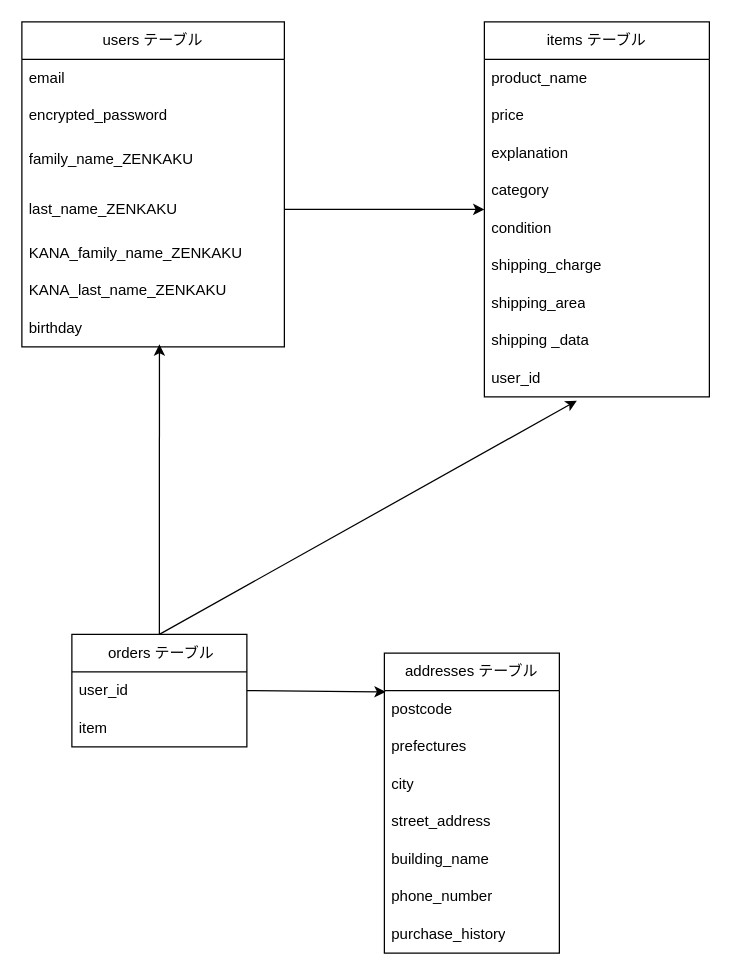
Before: ER.dio in kikuchimami/furima-39130, a draw.io diagram. Source tidied: cells renumbered, new cells numbered last; positions are measured from the earlier drawing's top-left corner, leaving out a move shared by most shapes. Both pictures are drawn from the tidied source at 125%, with x=0, y=0 at pixel (21, 21).
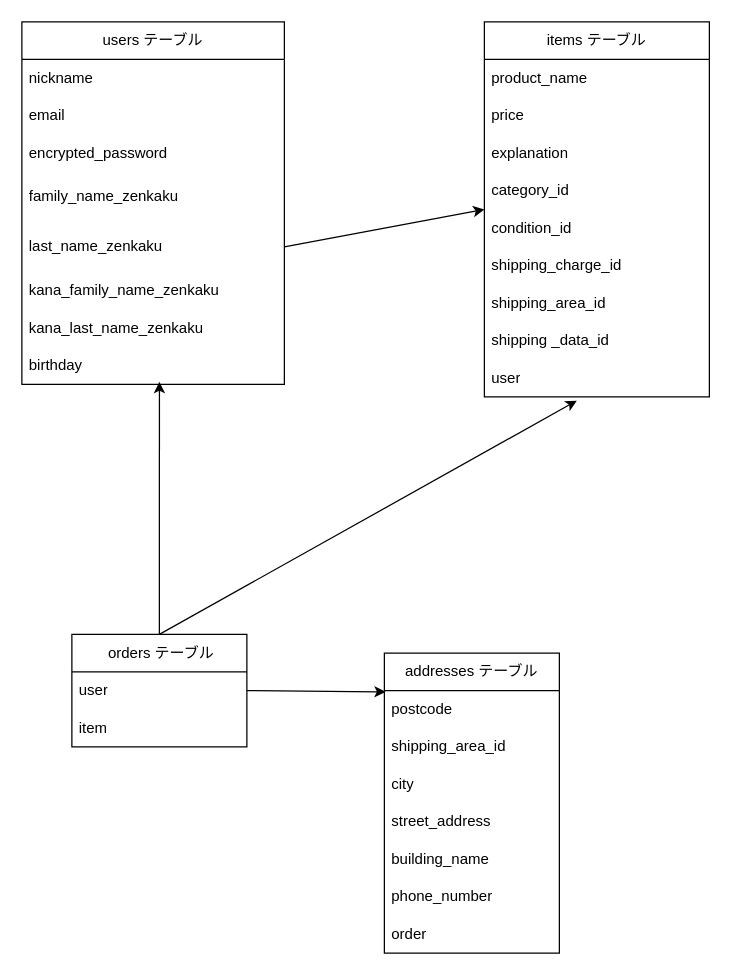
After the change.

Unchanged cells that the change refers to:
```xml
<mxCell id="10" value="items テーブル" style="swimlane;fontStyle=0;horizontal=1;startSize=30;whiteSpace=wrap;html=1;" parent="1" vertex="1">
  <mxGeometry x="370" width="180" height="300" as="geometry" />
</mxCell>
<mxCell id="20" value="addresses テーブル" style="swimlane;fontStyle=0;horizontal=1;startSize=30;whiteSpace=wrap;html=1;" parent="1" vertex="1">
  <mxGeometry x="290" y="505" width="140" height="240" as="geometry" />
</mxCell>
<mxCell id="30" value="&amp;nbsp;orders テーブル" style="swimlane;fontStyle=0;horizontal=1;startSize=30;whiteSpace=wrap;html=1;" parent="1" vertex="1">
  <mxGeometry x="40" y="490" width="140" height="90" as="geometry" />
</mxCell>
```

Diff of the diagram source:
```diff
@@
     <mxCell id="2" value="users テーブル" style="swimlane;fontStyle=0;horizontal=1;startSize=30;whiteSpace=wrap;html=1;" parent="1" vertex="1">
-      <mxGeometry width="210" height="260" as="geometry" />
+      <mxGeometry width="210" height="290" as="geometry" />
     </mxCell>
-    <mxCell id="3" value="email" style="text;strokeColor=none;fillColor=none;align=left;verticalAlign=middle;spacingLeft=4;spacingRight=4;overflow=hidden;whiteSpace=wrap;html=1;" parent="2" vertex="1">
+    <mxCell id="3" value="nickname" style="text;strokeColor=none;fillColor=none;align=left;verticalAlign=middle;spacingLeft=4;spacingRight=4;overflow=hidden;whiteSpace=wrap;html=1;" parent="2" vertex="1">
       <mxGeometry y="30" width="210" height="30" as="geometry" />
     </mxCell>
+    <mxCell id="35" value="email" style="text;strokeColor=none;fillColor=none;align=left;verticalAlign=middle;spacingLeft=4;spacingRight=4;overflow=hidden;whiteSpace=wrap;html=1;" parent="2" vertex="1">
+      <mxGeometry y="60" width="210" height="30" as="geometry" />
+    </mxCell>
     <mxCell id="4" value="encrypted_password" style="text;strokeColor=none;fillColor=none;align=left;verticalAlign=middle;spacingLeft=4;spacingRight=4;overflow=hidden;whiteSpace=wrap;html=1;" parent="2" vertex="1">
-      <mxGeometry y="60" width="210" height="30" as="geometry" />
+      <mxGeometry y="90" width="210" height="30" as="geometry" />
     </mxCell>
-    <mxCell id="5" value="family_name_ZENKAKU" style="text;strokeColor=none;fillColor=none;align=left;verticalAlign=middle;spacingLeft=4;spacingRight=4;overflow=hidden;whiteSpace=wrap;html=1;" parent="2" vertex="1">
-      <mxGeometry y="90" width="210" height="40" as="geometry" />
+    <mxCell id="5" value="family_name_zenkaku" style="text;strokeColor=none;fillColor=none;align=left;verticalAlign=middle;spacingLeft=4;spacingRight=4;overflow=hidden;whiteSpace=wrap;html=1;" parent="2" vertex="1">
+      <mxGeometry y="120" width="210" height="40" as="geometry" />
     </mxCell>
-    <mxCell id="6" value="last_name_ZENKAKU" style="text;strokeColor=none;fillColor=none;align=left;verticalAlign=middle;spacingLeft=4;spacingRight=4;overflow=hidden;points=[[0,0.5],[1,0.5]];portConstraint=eastwest;whiteSpace=wrap;html=1;" parent="2" vertex="1">
-      <mxGeometry y="130" width="210" height="40" as="geometry" />
+    <mxCell id="6" value="last_name_zenkaku" style="text;strokeColor=none;fillColor=none;align=left;verticalAlign=middle;spacingLeft=4;spacingRight=4;overflow=hidden;points=[[0,0.5],[1,0.5]];portConstraint=eastwest;whiteSpace=wrap;html=1;" parent="2" vertex="1">
+      <mxGeometry y="160" width="210" height="40" as="geometry" />
     </mxCell>
-    <mxCell id="7" value="KANA_family_name_ZENKAKU" style="text;strokeColor=none;fillColor=none;align=left;verticalAlign=middle;spacingLeft=4;spacingRight=4;overflow=hidden;whiteSpace=wrap;html=1;" parent="2" vertex="1">
-      <mxGeometry y="170" width="210" height="30" as="geometry" />
+    <mxCell id="7" value="kana_family_name_zenkaku" style="text;strokeColor=none;fillColor=none;align=left;verticalAlign=middle;spacingLeft=4;spacingRight=4;overflow=hidden;whiteSpace=wrap;html=1;" parent="2" vertex="1">
+      <mxGeometry y="200" width="210" height="30" as="geometry" />
     </mxCell>
-    <mxCell id="8" value="KANA_last_name_ZENKAKU" style="text;strokeColor=none;fillColor=none;align=left;verticalAlign=middle;spacingLeft=4;spacingRight=4;overflow=hidden;whiteSpace=wrap;html=1;" parent="2" vertex="1">
-      <mxGeometry y="200" width="210" height="30" as="geometry" />
+    <mxCell id="8" value="kana_last_name_zenkaku" style="text;strokeColor=none;fillColor=none;align=left;verticalAlign=middle;spacingLeft=4;spacingRight=4;overflow=hidden;whiteSpace=wrap;html=1;" parent="2" vertex="1">
+      <mxGeometry y="230" width="210" height="30" as="geometry" />
     </mxCell>
     <mxCell id="9" value="birthday" style="text;strokeColor=none;fillColor=none;align=left;verticalAlign=middle;spacingLeft=4;spacingRight=4;overflow=hidden;points=[[0,0.5],[1,0.5]];portConstraint=eastwest;whiteSpace=wrap;html=1;" parent="2" vertex="1">
-      <mxGeometry y="230" width="210" height="30" as="geometry" />
+      <mxGeometry y="260" width="210" height="30" as="geometry" />
     </mxCell>
@@
-    <mxCell id="14" value="category" style="text;strokeColor=none;fillColor=none;align=left;verticalAlign=middle;spacingLeft=4;spacingRight=4;overflow=hidden;whiteSpace=wrap;html=1;" parent="10" vertex="1">
+    <mxCell id="14" value="category_id" style="text;strokeColor=none;fillColor=none;align=left;verticalAlign=middle;spacingLeft=4;spacingRight=4;overflow=hidden;whiteSpace=wrap;html=1;" parent="10" vertex="1">
       <mxGeometry y="120" width="180" height="30" as="geometry" />
     </mxCell>
-    <mxCell id="15" value="condition" style="text;strokeColor=none;fillColor=none;align=left;verticalAlign=middle;spacingLeft=4;spacingRight=4;overflow=hidden;whiteSpace=wrap;html=1;" parent="10" vertex="1">
+    <mxCell id="15" value="condition_id" style="text;strokeColor=none;fillColor=none;align=left;verticalAlign=middle;spacingLeft=4;spacingRight=4;overflow=hidden;whiteSpace=wrap;html=1;" parent="10" vertex="1">
       <mxGeometry y="150" width="180" height="30" as="geometry" />
     </mxCell>
-    <mxCell id="16" value="shipping_charge" style="text;strokeColor=none;fillColor=none;align=left;verticalAlign=middle;spacingLeft=4;spacingRight=4;overflow=hidden;whiteSpace=wrap;html=1;" parent="10" vertex="1">
+    <mxCell id="16" value="shipping_charge_id" style="text;strokeColor=none;fillColor=none;align=left;verticalAlign=middle;spacingLeft=4;spacingRight=4;overflow=hidden;whiteSpace=wrap;html=1;" parent="10" vertex="1">
       <mxGeometry y="180" width="180" height="30" as="geometry" />
     </mxCell>
-    <mxCell id="17" value="shipping_area" style="text;strokeColor=none;fillColor=none;align=left;verticalAlign=middle;spacingLeft=4;spacingRight=4;overflow=hidden;whiteSpace=wrap;html=1;" parent="10" vertex="1">
+    <mxCell id="17" value="shipping_area_id" style="text;strokeColor=none;fillColor=none;align=left;verticalAlign=middle;spacingLeft=4;spacingRight=4;overflow=hidden;whiteSpace=wrap;html=1;" parent="10" vertex="1">
       <mxGeometry y="210" width="180" height="30" as="geometry" />
     </mxCell>
-    <mxCell id="18" value="shipping _data" style="text;strokeColor=none;fillColor=none;align=left;verticalAlign=middle;spacingLeft=4;spacingRight=4;overflow=hidden;whiteSpace=wrap;html=1;" parent="10" vertex="1">
+    <mxCell id="18" value="shipping _data_id" style="text;strokeColor=none;fillColor=none;align=left;verticalAlign=middle;spacingLeft=4;spacingRight=4;overflow=hidden;whiteSpace=wrap;html=1;" parent="10" vertex="1">
       <mxGeometry y="240" width="180" height="30" as="geometry" />
     </mxCell>
-    <mxCell id="19" value="user_id" style="text;strokeColor=none;fillColor=none;align=left;verticalAlign=middle;spacingLeft=4;spacingRight=4;overflow=hidden;points=[[0,0.5],[1,0.5]];portConstraint=eastwest;whiteSpace=wrap;html=1;" parent="10" vertex="1">
+    <mxCell id="19" value="user" style="text;strokeColor=none;fillColor=none;align=left;verticalAlign=middle;spacingLeft=4;spacingRight=4;overflow=hidden;points=[[0,0.5],[1,0.5]];portConstraint=eastwest;whiteSpace=wrap;html=1;" parent="10" vertex="1">
       <mxGeometry y="270" width="180" height="30" as="geometry" />
     </mxCell>
@@
-    <mxCell id="22" value="prefectures" style="text;strokeColor=none;fillColor=none;align=left;verticalAlign=middle;spacingLeft=4;spacingRight=4;overflow=hidden;whiteSpace=wrap;html=1;" parent="20" vertex="1">
+    <mxCell id="22" value="shipping_area_id" style="text;strokeColor=none;fillColor=none;align=left;verticalAlign=middle;spacingLeft=4;spacingRight=4;overflow=hidden;whiteSpace=wrap;html=1;" parent="20" vertex="1">
       <mxGeometry y="60" width="140" height="30" as="geometry" />
     </mxCell>
@@
-    <mxCell id="27" value="purchase_history" style="text;strokeColor=none;fillColor=none;align=left;verticalAlign=middle;spacingLeft=4;spacingRight=4;overflow=hidden;whiteSpace=wrap;html=1;" parent="20" vertex="1">
+    <mxCell id="27" value="order" style="text;strokeColor=none;fillColor=none;align=left;verticalAlign=middle;spacingLeft=4;spacingRight=4;overflow=hidden;whiteSpace=wrap;html=1;" parent="20" vertex="1">
       <mxGeometry y="210" width="140" height="30" as="geometry" />
     </mxCell>
@@
-    <mxCell id="31" value="user_id" style="text;strokeColor=none;fillColor=none;align=left;verticalAlign=middle;spacingLeft=4;spacingRight=4;overflow=hidden;points=[[0,0.5],[1,0.5]];portConstraint=eastwest;whiteSpace=wrap;html=1;" parent="30" vertex="1">
+    <mxCell id="31" value="user" style="text;strokeColor=none;fillColor=none;align=left;verticalAlign=middle;spacingLeft=4;spacingRight=4;overflow=hidden;points=[[0,0.5],[1,0.5]];portConstraint=eastwest;whiteSpace=wrap;html=1;" parent="30" vertex="1">
       <mxGeometry y="30" width="140" height="30" as="geometry" />
     </mxCell>
```
